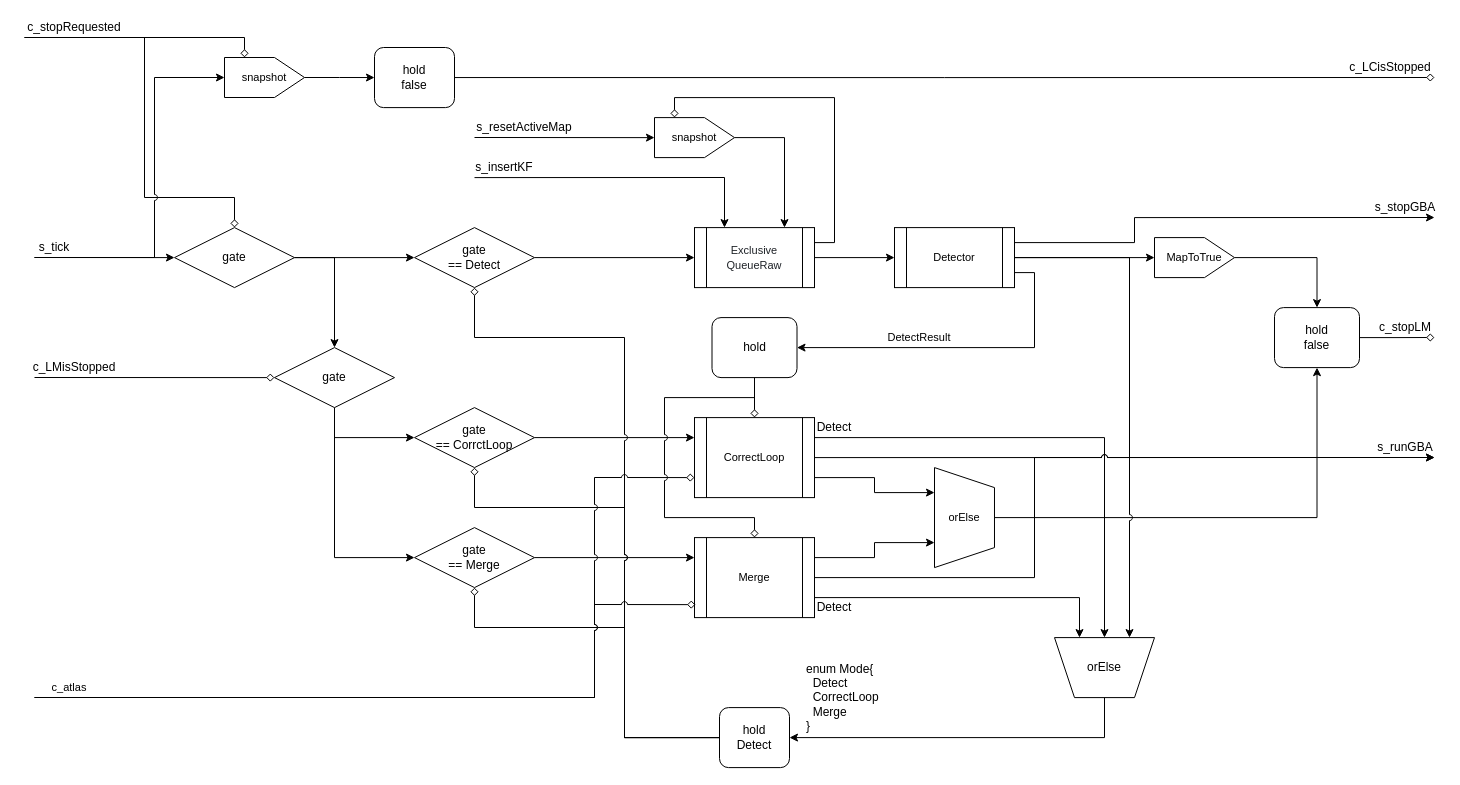
suzuki-taro-unofficial/ORB-SLAM3-decoding keeps this draw.io diagram as images/LoopClosingFRP.drawio. Above is the earlier version. Source tidied: cells renumbered, new cells numbered last; positions are measured from the earlier drawing's top-left corner, leaving out a move shared by most shapes. Both pictures are drawn from the tidied source at 100%, with x=0, y=0 at pixel (24, 17).
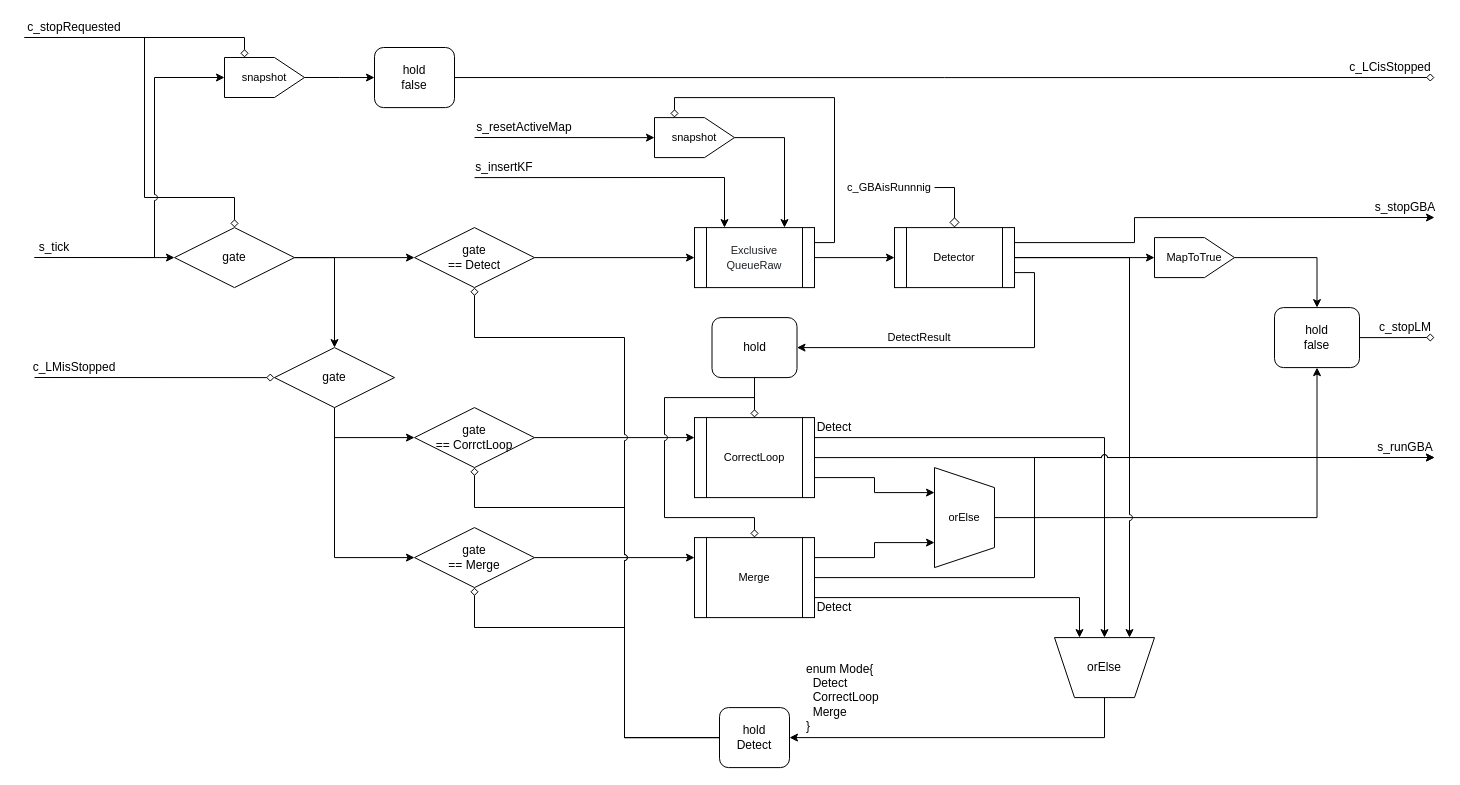
The same diagram, later.

The change refers to these unchanged cells:
```xml
<mxCell id="20" value="CorrectLoop" style="shape=process;whiteSpace=wrap;html=1;backgroundOutline=1;fontFamily=Helvetica;fontSize=11;fontColor=default;labelBackgroundColor=default;" parent="1" vertex="1">
  <mxGeometry x="670" y="400.1" width="120" height="80" as="geometry" />
</mxCell>
<mxCell id="24" value="Merge" style="shape=process;whiteSpace=wrap;html=1;backgroundOutline=1;fontFamily=Helvetica;fontSize=11;fontColor=default;labelBackgroundColor=default;" parent="1" vertex="1">
  <mxGeometry x="670" y="520.1" width="120" height="80" as="geometry" />
</mxCell>
<mxCell id="55" value="Detector" style="shape=process;whiteSpace=wrap;html=1;backgroundOutline=1;fontFamily=Helvetica;fontSize=11;fontColor=default;labelBackgroundColor=default;" parent="1" vertex="1">
  <mxGeometry x="870" y="210.1" width="120" height="60" as="geometry" />
</mxCell>
```

What changed in the source:
```diff
@@
-    <mxCell id="44" style="endArrow=diamond;html=1;rounded=0;strokeColor=default;align=center;verticalAlign=middle;fontFamily=Helvetica;fontSize=11;fontColor=default;labelBackgroundColor=default;jumpStyle=arc;entryX=0;entryY=0.75;entryDx=0;entryDy=0;endFill=0;" parent="1" edge="1" target="20">
-      <mxGeometry relative="1" as="geometry">
-        <mxPoint x="10" y="680" as="sourcePoint" />
-        <Array as="points">
-          <mxPoint x="570" y="680" />
-          <mxPoint x="570" y="460" />
-        </Array>
-      </mxGeometry>
-    </mxCell>
-    <mxCell id="45" style="endArrow=diamond;html=1;rounded=0;strokeColor=default;align=center;verticalAlign=middle;fontFamily=Helvetica;fontSize=11;fontColor=default;labelBackgroundColor=default;jumpStyle=arc;entryX=0.008;entryY=0.838;entryDx=0;entryDy=0;endFill=0;entryPerimeter=0;" parent="1" edge="1" target="24">
-      <mxGeometry relative="1" as="geometry">
-        <mxPoint x="10" y="680" as="sourcePoint" />
-        <Array as="points">
-          <mxPoint x="570" y="680" />
-          <mxPoint x="570" y="587" />
-        </Array>
-      </mxGeometry>
-    </mxCell>
-    <mxCell id="46" value="c_atlas" style="text;html=1;align=center;verticalAlign=middle;whiteSpace=wrap;rounded=0;fontFamily=Helvetica;fontSize=11;fontColor=default;labelBackgroundColor=default;" parent="1" vertex="1">
-      <mxGeometry x="10" y="660" width="70" height="20" as="geometry" />
-    </mxCell>
@@
+    <mxCell id="74" style="edgeStyle=none;curved=0;rounded=0;jettySize=auto;html=1;entryX=0.5;entryY=0;entryDx=0;entryDy=0;fontSize=12;startSize=8;endSize=8;exitX=1;exitY=0.5;exitDx=0;exitDy=0;strokeColor=default;endArrow=diamond;endFill=0;" parent="1" edge="1" source="75" target="55">
+      <mxGeometry relative="1" as="geometry">
+        <Array as="points">
+          <mxPoint x="930" y="170" />
+        </Array>
+      </mxGeometry>
+    </mxCell>
+    <mxCell id="75" value="&lt;font&gt;c_GBAisRunnnig&lt;/font&gt;" style="text;html=1;align=center;verticalAlign=middle;whiteSpace=wrap;rounded=0;fontSize=11;" parent="1" vertex="1">
+      <mxGeometry x="820" y="160.1" width="90" height="19.9" as="geometry" />
+    </mxCell>
+    <mxCell id="76" style="edgeStyle=none;curved=1;rounded=0;orthogonalLoop=1;jettySize=auto;html=1;entryX=0;entryY=0.5;entryDx=0;entryDy=0;fontSize=12;startSize=8;endSize=8;" parent="1" edge="1" source="75" target="75">
+      <mxGeometry relative="1" as="geometry" />
+    </mxCell>
```
